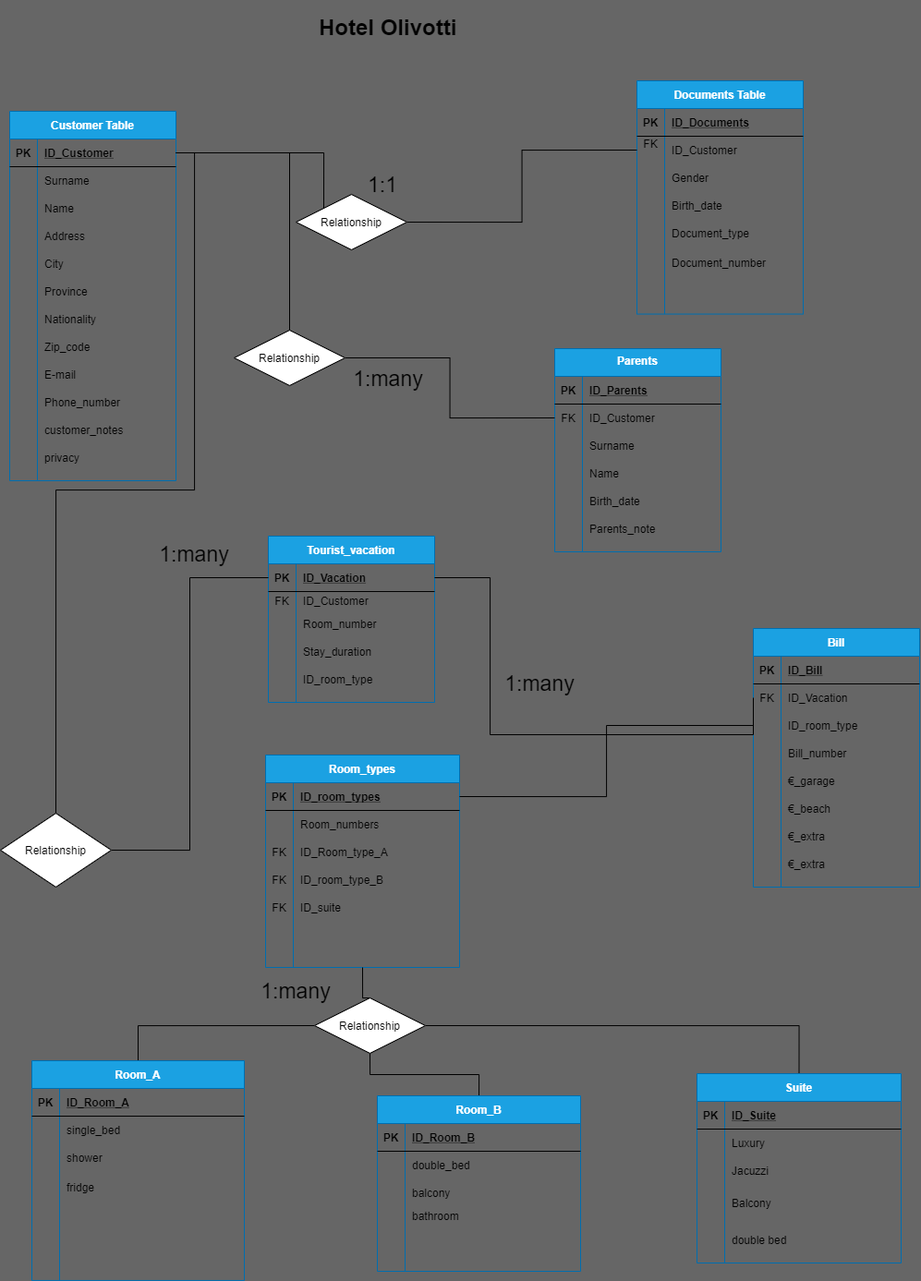
The draw.io diagram hotel.png in FraOliv/db-first, before a commit. Source tidied: cells renumbered, new cells last; positions are measured from the earlier drawing's top-left corner, leaving out a move shared by most shapes.
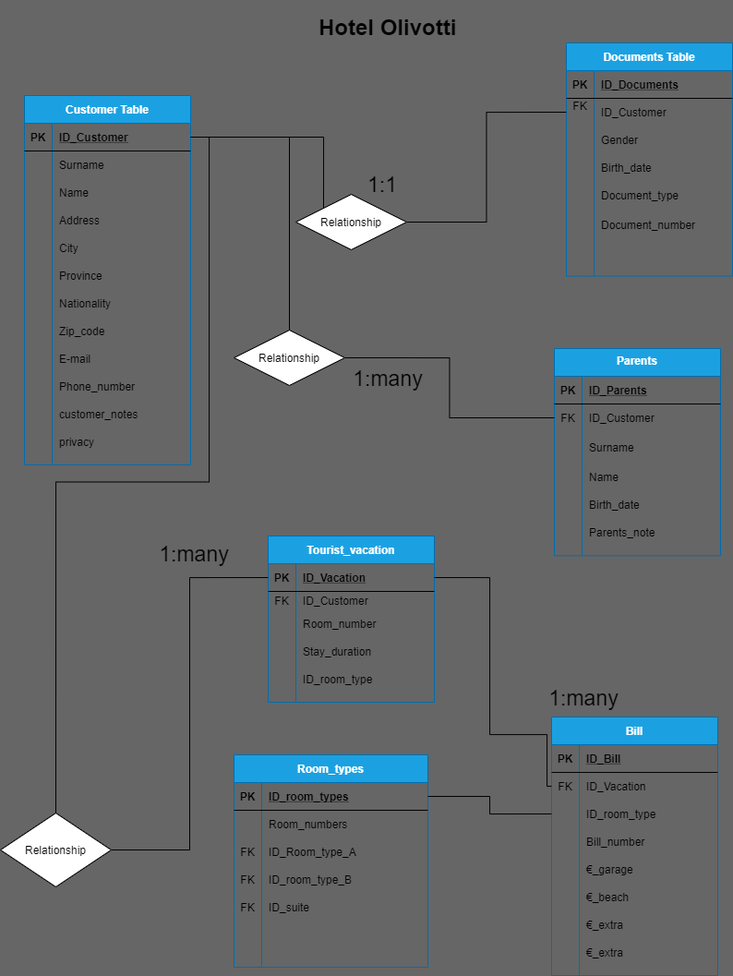
The same file after the commit.

What changed in the source:
```diff
@@ -6,7 +6,7 @@
       <mxGeometry x="340" width="230" height="80" as="geometry" />
     </mxCell>
     <mxCell id="3" value="Customer Table" style="shape=table;startSize=30;rowLines=0;fontStyle=1;align=center;fillColor=#1ba1e2;strokeColor=#006EAF;fontColor=#ffffff;" parent="1" vertex="1">
-      <mxGeometry x="10" y="110" width="180" height="400" as="geometry" />
+      <mxGeometry x="26" y="93" width="180" height="400" as="geometry" />
     </mxCell>
     <mxCell id="4" style="shape=partialRectangle;fillColor=none;top=0;left=0;bottom=1;right=0;points=[[0,0.5],[1,0.5]];portConstraint=eastwest;" parent="3" vertex="1">
       <mxGeometry y="30" width="180" height="30" as="geometry" />
@@ -117,7 +117,7 @@
       <mxGeometry x="30" width="150" height="30" as="geometry" />
     </mxCell>
     <mxCell id="40" value="Documents Table" style="shape=table;startSize=30;rowLines=0;fontStyle=1;align=center;fillColor=#1ba1e2;strokeColor=#006EAF;fontColor=#ffffff;" parent="1" vertex="1">
-      <mxGeometry x="689" y="77" width="180" height="252.6" as="geometry" />
+      <mxGeometry x="613" y="36" width="180" height="252.6" as="geometry" />
     </mxCell>
     <mxCell id="41" style="shape=partialRectangle;fillColor=none;top=0;left=0;bottom=1;right=0;" parent="40" vertex="1">
       <mxGeometry y="30" width="180" height="30" as="geometry" />
@@ -192,7 +192,7 @@
       <mxGeometry x="320" y="200" width="120" height="60" as="geometry" />
     </mxCell>
     <mxCell id="65" value="Parents&#10;" style="shape=table;startSize=30;rowLines=0;fontStyle=1;align=center;verticalAlign=top;fillColor=#1ba1e2;strokeColor=#006EAF;fontColor=#ffffff;" parent="1" vertex="1">
-      <mxGeometry x="600" y="367" width="180" height="220" as="geometry" />
+      <mxGeometry x="600" y="367" width="180" height="224.3" as="geometry" />
     </mxCell>
     <mxCell id="66" style="shape=partialRectangle;fillColor=none;top=0;left=0;bottom=1;right=0;" parent="65" vertex="1">
       <mxGeometry y="30" width="180" height="30" as="geometry" />
@@ -213,16 +213,16 @@
       <mxGeometry x="30" width="150" height="30" as="geometry" />
     </mxCell>
     <mxCell id="72" style="shape=partialRectangle;fillColor=none;top=0;left=0;bottom=0;right=0;" parent="65" vertex="1">
-      <mxGeometry y="90" width="180" height="30" as="geometry" />
+      <mxGeometry y="90" width="180" height="34" as="geometry" />
     </mxCell>
     <mxCell id="73" style="shape=partialRectangle;fillColor=none;top=0;left=0;bottom=0;right=0;overflow=hidden;" parent="72" vertex="1">
-      <mxGeometry width="30" height="30" as="geometry" />
+      <mxGeometry width="30" height="34" as="geometry" />
     </mxCell>
     <mxCell id="74" value="Surname" style="shape=partialRectangle;fillColor=none;top=0;left=0;bottom=0;right=0;align=left;spacingLeft=6;overflow=hidden;" parent="72" vertex="1">
-      <mxGeometry x="30" width="150" height="30" as="geometry" />
+      <mxGeometry x="30" width="150" height="34" as="geometry" />
     </mxCell>
     <mxCell id="75" style="shape=partialRectangle;fillColor=none;top=0;left=0;bottom=0;right=0;" parent="65" vertex="1">
-      <mxGeometry y="120" width="180" height="30" as="geometry" />
+      <mxGeometry y="124" width="180" height="30" as="geometry" />
     </mxCell>
     <mxCell id="76" style="shape=partialRectangle;fillColor=none;top=0;left=0;bottom=0;right=0;overflow=hidden;" parent="75" vertex="1">
       <mxGeometry width="30" height="30" as="geometry" />
@@ -231,7 +231,7 @@
       <mxGeometry x="30" width="150" height="30" as="geometry" />
     </mxCell>
     <mxCell id="78" style="shape=partialRectangle;fillColor=none;top=0;left=0;bottom=0;right=0;" parent="65" vertex="1">
-      <mxGeometry y="150" width="180" height="30" as="geometry" />
+      <mxGeometry y="154" width="180" height="30" as="geometry" />
     </mxCell>
     <mxCell id="79" style="shape=partialRectangle;fillColor=none;top=0;left=0;bottom=0;right=0;overflow=hidden;" parent="78" vertex="1">
       <mxGeometry width="30" height="30" as="geometry" />
@@ -240,7 +240,7 @@
       <mxGeometry x="30" width="150" height="30" as="geometry" />
     </mxCell>
     <mxCell id="81" style="shape=partialRectangle;fillColor=none;top=0;left=0;bottom=0;right=0;" parent="65" vertex="1">
-      <mxGeometry y="180" width="180" height="30" as="geometry" />
+      <mxGeometry y="184" width="180" height="30" as="geometry" />
     </mxCell>
     <mxCell id="82" style="shape=partialRectangle;fillColor=none;top=0;left=0;bottom=0;right=0;overflow=hidden;" parent="81" vertex="1">
       <mxGeometry width="30" height="30" as="geometry" />
@@ -321,7 +321,7 @@
       <mxGeometry y="870" width="120" height="80" as="geometry" />
     </mxCell>
     <mxCell id="108" value="Bill" style="shape=table;startSize=30;rowLines=0;fontStyle=1;align=center;fillColor=#1ba1e2;strokeColor=#006EAF;fontColor=#ffffff;" parent="1" vertex="1">
-      <mxGeometry x="815" y="670" width="180" height="280" as="geometry" />
+      <mxGeometry x="597" y="766" width="180" height="280" as="geometry" />
     </mxCell>
     <mxCell id="109" style="shape=partialRectangle;fillColor=none;top=0;left=0;bottom=1;right=0;" parent="108" vertex="1">
       <mxGeometry y="30" width="180" height="30" as="geometry" />
@@ -400,6 +400,8 @@
         <Array as="points">
           <mxPoint x="530" y="615" />
           <mxPoint x="530" y="785" />
+          <mxPoint x="592" y="785" />
+          <mxPoint x="592" y="841" />
         </Array>
       </mxGeometry>
     </mxCell>
@@ -407,10 +409,10 @@
       <mxGeometry x="400" y="380" width="40" height="40" as="geometry" />
     </mxCell>
     <mxCell id="135" value="&lt;font style=&quot;font-size: 23px&quot;&gt;1:many&lt;/font&gt;" style="text;html=1;strokeColor=none;fillColor=none;align=center;verticalAlign=middle;whiteSpace=wrap;rounded=0;" parent="1" vertex="1">
-      <mxGeometry x="549" y="690" width="70" height="80" as="geometry" />
+      <mxGeometry x="597" y="706" width="70" height="80" as="geometry" />
     </mxCell>
     <mxCell id="136" value="Room_types" style="shape=table;startSize=30;rowLines=0;fontStyle=1;align=center;fillColor=#1ba1e2;strokeColor=#006EAF;fontColor=#ffffff;" parent="1" vertex="1">
-      <mxGeometry x="287" y="807" width="210" height="230" as="geometry" />
+      <mxGeometry x="253" y="807" width="210" height="230" as="geometry" />
     </mxCell>
     <mxCell id="137" style="shape=partialRectangle;fillColor=none;top=0;left=0;bottom=1;right=0;points=[[0,0.5],[1,0.5]];portConstraint=eastwest;" parent="136" vertex="1">
       <mxGeometry y="30" width="210" height="30" as="geometry" />
@@ -460,158 +462,5 @@
     <mxCell id="152" style="edgeStyle=orthogonalEdgeStyle;rounded=0;jettySize=auto;html=1;exitX=0;exitY=0.5;exitDx=0;exitDy=0;entryX=1;entryY=0.5;entryDx=0;entryDy=0;endArrow=none;endFill=0;" parent="1" edge="1" source="115" target="137">
       <mxGeometry relative="1" as="geometry" />
     </mxCell>
-    <mxCell id="153" style="edgeStyle=orthogonalEdgeStyle;rounded=0;jettySize=auto;html=1;exitX=0.5;exitY=0;exitDx=0;exitDy=0;entryX=0;entryY=0.5;entryDx=0;entryDy=0;endArrow=none;endFill=0;" parent="1" edge="1" source="154" target="202">
-      <mxGeometry relative="1" as="geometry" />
-    </mxCell>
-    <mxCell id="154" value="Room_A" style="shape=table;startSize=30;rowLines=0;fontStyle=1;align=center;fillColor=#1ba1e2;strokeColor=#006EAF;fontColor=#ffffff;" parent="1" vertex="1">
-      <mxGeometry x="34" y="1138" width="230" height="237.9" as="geometry" />
-    </mxCell>
-    <mxCell id="155" style="shape=partialRectangle;fillColor=none;top=0;left=0;bottom=1;right=0;" parent="154" vertex="1">
-      <mxGeometry y="30" width="230" height="30" as="geometry" />
-    </mxCell>
-    <mxCell id="156" value="PK" style="shape=partialRectangle;fillColor=none;top=0;left=0;bottom=0;right=0;fontStyle=1;overflow=hidden;" parent="155" vertex="1">
-      <mxGeometry width="30" height="30" as="geometry" />
-    </mxCell>
-    <mxCell id="157" value="ID_Room_A" style="shape=partialRectangle;fillColor=none;top=0;left=0;bottom=0;right=0;align=left;spacingLeft=6;fontStyle=5;overflow=hidden;" parent="155" vertex="1">
-      <mxGeometry x="30" width="200" height="30" as="geometry" />
-    </mxCell>
-    <mxCell id="158" style="shape=partialRectangle;fillColor=none;top=0;left=0;bottom=0;right=0;" parent="154" vertex="1">
-      <mxGeometry y="60" width="230" height="30" as="geometry" />
-    </mxCell>
-    <mxCell id="159" style="shape=partialRectangle;fillColor=none;top=0;left=0;bottom=0;right=0;overflow=hidden;" parent="158" vertex="1">
-      <mxGeometry width="30" height="30" as="geometry" />
-    </mxCell>
-    <mxCell id="160" value="single_bed" style="shape=partialRectangle;fillColor=none;top=0;left=0;bottom=0;right=0;align=left;spacingLeft=6;overflow=hidden;" parent="158" vertex="1">
-      <mxGeometry x="30" width="200" height="30" as="geometry" />
-    </mxCell>
-    <mxCell id="161" style="shape=partialRectangle;fillColor=none;top=0;left=0;bottom=0;right=0;" parent="154" vertex="1">
-      <mxGeometry y="90" width="230" height="30" as="geometry" />
-    </mxCell>
-    <mxCell id="162" style="shape=partialRectangle;fillColor=none;top=0;left=0;bottom=0;right=0;overflow=hidden;" parent="161" vertex="1">
-      <mxGeometry width="30" height="30" as="geometry" />
-    </mxCell>
-    <mxCell id="163" value="shower" style="shape=partialRectangle;fillColor=none;top=0;left=0;bottom=0;right=0;align=left;spacingLeft=6;overflow=hidden;" parent="161" vertex="1">
-      <mxGeometry x="30" width="200" height="30" as="geometry" />
-    </mxCell>
-    <mxCell id="164" style="shape=partialRectangle;fillColor=none;top=0;left=0;bottom=0;right=0;" parent="154" vertex="1">
-      <mxGeometry y="120" width="230" height="34" as="geometry" />
-    </mxCell>
-    <mxCell id="165" style="shape=partialRectangle;fillColor=none;top=0;left=0;bottom=0;right=0;overflow=hidden;" parent="164" vertex="1">
-      <mxGeometry width="30" height="34" as="geometry" />
-    </mxCell>
-    <mxCell id="166" value="fridge" style="shape=partialRectangle;fillColor=none;top=0;left=0;bottom=0;right=0;align=left;spacingLeft=6;overflow=hidden;" parent="164" vertex="1">
-      <mxGeometry x="30" width="200" height="34" as="geometry" />
-    </mxCell>
-    <mxCell id="167" style="shape=partialRectangle;fillColor=none;top=0;left=0;bottom=0;right=0;" parent="154" vertex="1">
-      <mxGeometry y="154" width="230" height="34" as="geometry" />
-    </mxCell>
-    <mxCell id="168" style="shape=partialRectangle;fillColor=none;top=0;left=0;bottom=0;right=0;overflow=hidden;" parent="167" vertex="1">
-      <mxGeometry width="30" height="34" as="geometry" />
-    </mxCell>
-    <mxCell id="169" style="shape=partialRectangle;fillColor=none;top=0;left=0;bottom=0;right=0;align=left;spacingLeft=6;overflow=hidden;" parent="167" vertex="1">
-      <mxGeometry x="30" width="200" height="34" as="geometry" />
-    </mxCell>
-    <mxCell id="170" style="edgeStyle=orthogonalEdgeStyle;rounded=0;jettySize=auto;html=1;exitX=0.5;exitY=0;exitDx=0;exitDy=0;entryX=0.5;entryY=1;entryDx=0;entryDy=0;endArrow=none;endFill=0;" parent="1" edge="1" source="171" target="202">
-      <mxGeometry relative="1" as="geometry" />
-    </mxCell>
-    <mxCell id="171" value="Room_B" style="shape=table;startSize=30;rowLines=0;fontStyle=1;align=center;fillColor=#1ba1e2;strokeColor=#006EAF;fontColor=#ffffff;" parent="1" vertex="1">
-      <mxGeometry x="408" y="1176" width="220" height="190" as="geometry" />
-    </mxCell>
-    <mxCell id="172" style="shape=partialRectangle;fillColor=none;top=0;left=0;bottom=1;right=0;" parent="171" vertex="1">
-      <mxGeometry y="30" width="220" height="30" as="geometry" />
-    </mxCell>
-    <mxCell id="173" value="PK" style="shape=partialRectangle;fillColor=none;top=0;left=0;bottom=0;right=0;fontStyle=1;overflow=hidden;" parent="172" vertex="1">
-      <mxGeometry width="30" height="30" as="geometry" />
-    </mxCell>
-    <mxCell id="174" value="ID_Room_B" style="shape=partialRectangle;fillColor=none;top=0;left=0;bottom=0;right=0;align=left;spacingLeft=6;fontStyle=5;overflow=hidden;" parent="172" vertex="1">
-      <mxGeometry x="30" width="190" height="30" as="geometry" />
-    </mxCell>
-    <mxCell id="175" style="shape=partialRectangle;fillColor=none;top=0;left=0;bottom=0;right=0;" parent="171" vertex="1">
-      <mxGeometry y="60" width="220" height="30" as="geometry" />
-    </mxCell>
-    <mxCell id="176" style="shape=partialRectangle;fillColor=none;top=0;left=0;bottom=0;right=0;overflow=hidden;" parent="175" vertex="1">
-      <mxGeometry width="30" height="30" as="geometry" />
-    </mxCell>
-    <mxCell id="177" value="double_bed" style="shape=partialRectangle;fillColor=none;top=0;left=0;bottom=0;right=0;align=left;spacingLeft=6;overflow=hidden;" parent="175" vertex="1">
-      <mxGeometry x="30" width="190" height="30" as="geometry" />
-    </mxCell>
-    <mxCell id="178" style="shape=partialRectangle;fillColor=none;top=0;left=0;bottom=0;right=0;" parent="171" vertex="1">
-      <mxGeometry y="90" width="220" height="30" as="geometry" />
-    </mxCell>
-    <mxCell id="179" style="shape=partialRectangle;fillColor=none;top=0;left=0;bottom=0;right=0;overflow=hidden;" parent="178" vertex="1">
-      <mxGeometry width="30" height="30" as="geometry" />
-    </mxCell>
-    <mxCell id="180" value="balcony" style="shape=partialRectangle;fillColor=none;top=0;left=0;bottom=0;right=0;align=left;spacingLeft=6;overflow=hidden;" parent="178" vertex="1">
-      <mxGeometry x="30" width="190" height="30" as="geometry" />
-    </mxCell>
-    <mxCell id="181" style="shape=partialRectangle;fillColor=none;top=0;left=0;bottom=0;right=0;" parent="171" vertex="1">
-      <mxGeometry y="120" width="220" height="20" as="geometry" />
-    </mxCell>
-    <mxCell id="182" style="shape=partialRectangle;fillColor=none;top=0;left=0;bottom=0;right=0;overflow=hidden;" parent="181" vertex="1">
-      <mxGeometry width="30" height="20" as="geometry" />
-    </mxCell>
-    <mxCell id="183" value="bathroom" style="shape=partialRectangle;fillColor=none;top=0;left=0;bottom=0;right=0;align=left;spacingLeft=6;overflow=hidden;" parent="181" vertex="1">
-      <mxGeometry x="30" width="190" height="20" as="geometry" />
-    </mxCell>
-    <mxCell id="184" style="edgeStyle=orthogonalEdgeStyle;rounded=0;jettySize=auto;html=1;exitX=0.5;exitY=0;exitDx=0;exitDy=0;entryX=1;entryY=0.5;entryDx=0;entryDy=0;endArrow=none;endFill=0;" parent="1" edge="1" source="185" target="202">
-      <mxGeometry relative="1" as="geometry" />
-    </mxCell>
-    <mxCell id="185" value="Suite" style="shape=table;startSize=30;rowLines=0;fontStyle=1;align=center;fillColor=#1ba1e2;strokeColor=#006EAF;fontColor=#ffffff;" parent="1" vertex="1">
-      <mxGeometry x="754" y="1152" width="221" height="205" as="geometry" />
-    </mxCell>
-    <mxCell id="186" style="shape=partialRectangle;fillColor=none;top=0;left=0;bottom=1;right=0;" parent="185" vertex="1">
-      <mxGeometry y="30" width="221" height="30" as="geometry" />
-    </mxCell>
-    <mxCell id="187" value="PK" style="shape=partialRectangle;fillColor=none;top=0;left=0;bottom=0;right=0;fontStyle=1;overflow=hidden;" parent="186" vertex="1">
-      <mxGeometry width="30" height="30" as="geometry" />
-    </mxCell>
-    <mxCell id="188" value="ID_Suite" style="shape=partialRectangle;fillColor=none;top=0;left=0;bottom=0;right=0;align=left;spacingLeft=6;fontStyle=5;overflow=hidden;" parent="186" vertex="1">
-      <mxGeometry x="30" width="191" height="30" as="geometry" />
-    </mxCell>
-    <mxCell id="189" style="shape=partialRectangle;fillColor=none;top=0;left=0;bottom=0;right=0;" parent="185" vertex="1">
-      <mxGeometry y="60" width="221" height="30" as="geometry" />
-    </mxCell>
-    <mxCell id="190" style="shape=partialRectangle;fillColor=none;top=0;left=0;bottom=0;right=0;overflow=hidden;" parent="189" vertex="1">
-      <mxGeometry width="30" height="30" as="geometry" />
-    </mxCell>
-    <mxCell id="191" value="Luxury" style="shape=partialRectangle;fillColor=none;top=0;left=0;bottom=0;right=0;align=left;spacingLeft=6;overflow=hidden;" parent="189" vertex="1">
-      <mxGeometry x="30" width="191" height="30" as="geometry" />
-    </mxCell>
-    <mxCell id="192" style="shape=partialRectangle;fillColor=none;top=0;left=0;bottom=0;right=0;" parent="185" vertex="1">
-      <mxGeometry y="90" width="221" height="30" as="geometry" />
-    </mxCell>
-    <mxCell id="193" style="shape=partialRectangle;fillColor=none;top=0;left=0;bottom=0;right=0;overflow=hidden;" parent="192" vertex="1">
-      <mxGeometry width="30" height="30" as="geometry" />
-    </mxCell>
-    <mxCell id="194" value="Jacuzzi" style="shape=partialRectangle;fillColor=none;top=0;left=0;bottom=0;right=0;align=left;spacingLeft=6;overflow=hidden;" parent="192" vertex="1">
-      <mxGeometry x="30" width="191" height="30" as="geometry" />
-    </mxCell>
-    <mxCell id="195" style="shape=partialRectangle;fillColor=none;top=0;left=0;bottom=0;right=0;" parent="185" vertex="1">
-      <mxGeometry y="120" width="221" height="40" as="geometry" />
-    </mxCell>
-    <mxCell id="196" style="shape=partialRectangle;fillColor=none;top=0;left=0;bottom=0;right=0;overflow=hidden;" parent="195" vertex="1">
-      <mxGeometry width="30" height="40" as="geometry" />
-    </mxCell>
-    <mxCell id="197" value="Balcony" style="shape=partialRectangle;fillColor=none;top=0;left=0;bottom=0;right=0;align=left;spacingLeft=6;overflow=hidden;" parent="195" vertex="1">
-      <mxGeometry x="30" width="191" height="40" as="geometry" />
-    </mxCell>
-    <mxCell id="198" style="shape=partialRectangle;fillColor=none;top=0;left=0;bottom=0;right=0;" parent="185" vertex="1">
-      <mxGeometry y="160" width="221" height="40" as="geometry" />
-    </mxCell>
-    <mxCell id="199" style="shape=partialRectangle;fillColor=none;top=0;left=0;bottom=0;right=0;overflow=hidden;" parent="198" vertex="1">
-      <mxGeometry width="30" height="40" as="geometry" />
-    </mxCell>
-    <mxCell id="200" value="double bed" style="shape=partialRectangle;fillColor=none;top=0;left=0;bottom=0;right=0;align=left;spacingLeft=6;overflow=hidden;" parent="198" vertex="1">
-      <mxGeometry x="30" width="191" height="40" as="geometry" />
-    </mxCell>
-    <mxCell id="201" style="edgeStyle=orthogonalEdgeStyle;rounded=0;jettySize=auto;html=1;exitX=0.5;exitY=0;exitDx=0;exitDy=0;entryX=0.5;entryY=1;entryDx=0;entryDy=0;endArrow=none;endFill=0;" parent="1" edge="1" source="202" target="136">
-      <mxGeometry relative="1" as="geometry" />
-    </mxCell>
-    <mxCell id="202" value="Relationship" style="shape=rhombus;perimeter=rhombusPerimeter;whiteSpace=wrap;html=1;align=center;" parent="1" vertex="1">
-      <mxGeometry x="340" y="1070" width="120" height="60" as="geometry" />
-    </mxCell>
-    <mxCell id="203" value="1:many&lt;br style=&quot;font-size: 23px;&quot;&gt;" style="text;html=1;strokeColor=none;fillColor=none;align=center;verticalAlign=middle;whiteSpace=wrap;rounded=0;fontSize=23;" parent="1" vertex="1">
-      <mxGeometry x="300" y="1045" width="40" height="35" as="geometry" />
-    </mxCell>
   </root>
 </mxGraphModel>
```
